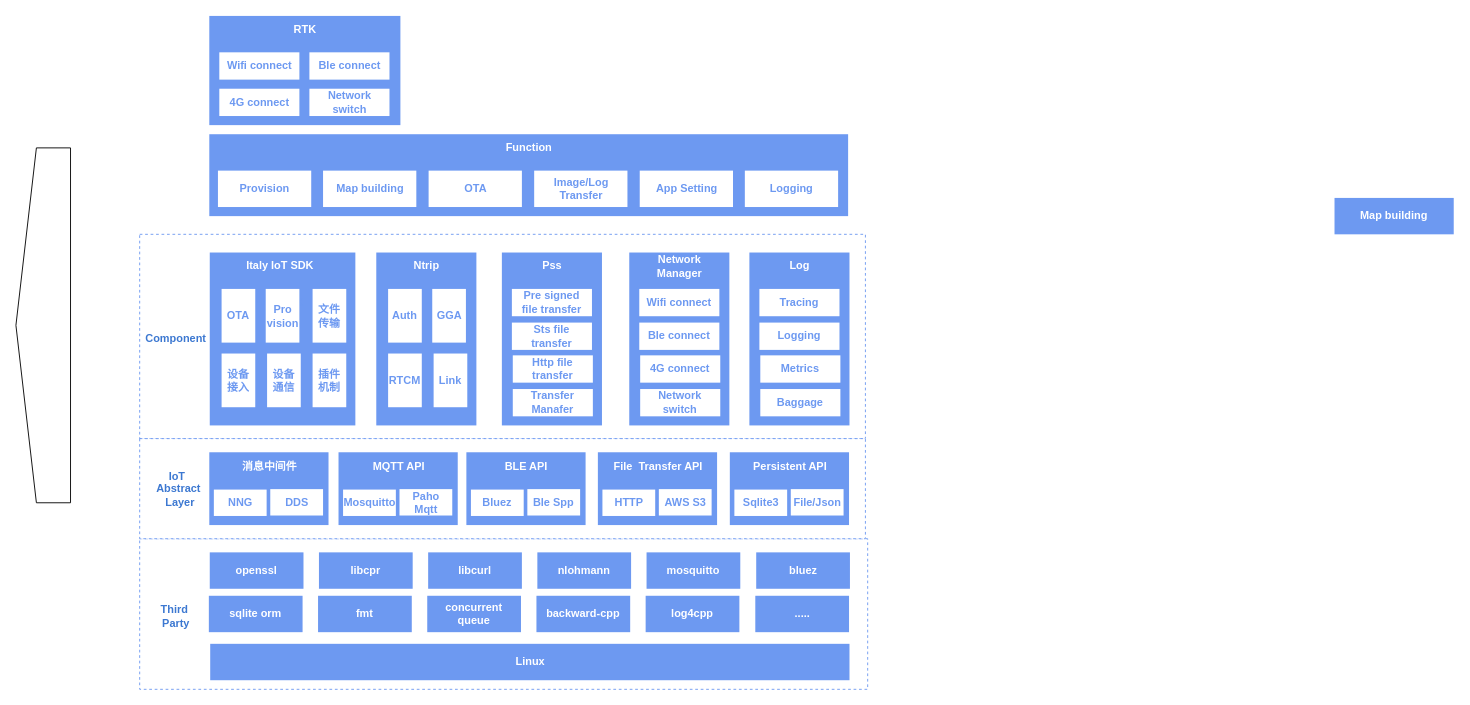
The draw.io diagram IoT架构-系统架构图.drawio in xunzhaoxusanduo/1-drawio, before the edit. Source tidied: cells renumbered, new cells numbered last; positions are measured from the earlier drawing's top-left corner, leaving out a move shared by most shapes. Both pictures are drawn from the tidied source at 91%, with x=0, y=0 at pixel (-135, 15).
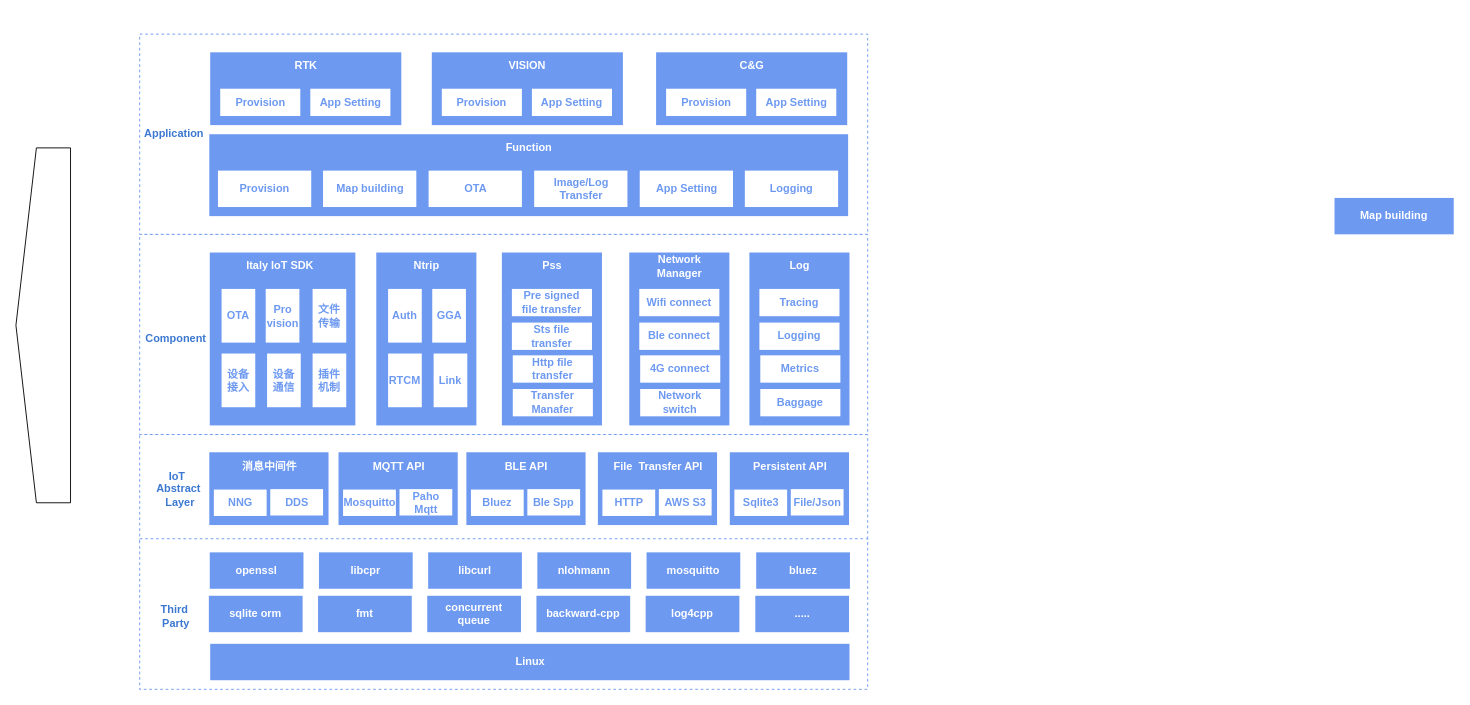
The same page after the edit.

Commit message (it also covers changes not shown here):
Update IoT架构-系统架构图.drawio

What changed in the source:
```diff
@@
-    <mxCell id="2" style="rounded=0;whiteSpace=wrap;html=1;dashed=1;strokeColor=#6D99F1;strokeWidth=1;" parent="1" vertex="1">
-      <mxGeometry x="301" y="240" width="797.5" height="224.5" as="geometry" />
-    </mxCell>
+    <mxCell id="94" style="rounded=0;whiteSpace=wrap;html=1;dashed=1;strokeColor=#6D99F1;" parent="1" vertex="1">
+      <mxGeometry x="301" y="460" width="800" height="120" as="geometry" />
+    </mxCell>
+    <mxCell id="95" style="rounded=0;whiteSpace=wrap;html=1;dashed=1;strokeColor=#6D99F1;" parent="1" vertex="1">
+      <mxGeometry x="301" y="240" width="800" height="220" as="geometry" />
+    </mxCell>
+    <mxCell id="96" style="rounded=0;whiteSpace=wrap;html=1;dashed=1;strokeColor=#6D99F1;" parent="1" vertex="1">
+      <mxGeometry x="301" y="20" width="800" height="220" as="geometry" />
+    </mxCell>
@@
-    <mxCell id="4" style="rounded=0;whiteSpace=wrap;html=1;dashed=1;strokeColor=#6D99F1;strokeWidth=1;" parent="1" vertex="1">
-      <mxGeometry x="301" y="464.5" width="797.5" height="110" as="geometry" />
-    </mxCell>
@@
     <mxCell id="76" style="rounded=0;whiteSpace=wrap;html=1;fillColor=#6D99F1;strokeColor=none;" parent="1" vertex="1">
-      <mxGeometry x="377.5" width="210" height="120" as="geometry" />
+      <mxGeometry x="378.5" y="40" width="210" height="80" as="geometry" />
     </mxCell>
-    <mxCell id="77" value="4G connect" style="rounded=0;whiteSpace=wrap;html=1;strokeColor=none;fontColor=#6D99F1;fontStyle=1;" parent="1" vertex="1">
-      <mxGeometry x="388.5" y="80" width="88" height="30" as="geometry" />
-    </mxCell>
     <mxCell id="78" value="RTK" style="text;html=1;strokeColor=none;fillColor=none;align=center;verticalAlign=middle;whiteSpace=wrap;rounded=0;fontColor=#FFFFFF;fontStyle=1;" parent="1" vertex="1">
-      <mxGeometry x="377.5" width="210" height="30" as="geometry" />
+      <mxGeometry x="378.5" y="40" width="210" height="30" as="geometry" />
     </mxCell>
-    <mxCell id="79" value="Ble connect" style="rounded=0;whiteSpace=wrap;html=1;strokeColor=none;fontColor=#6D99F1;fontStyle=1;" parent="1" vertex="1">
-      <mxGeometry x="487.5" y="40" width="88" height="30" as="geometry" />
+    <mxCell id="79" value="App Setting" style="rounded=0;whiteSpace=wrap;html=1;strokeColor=none;fontColor=#6D99F1;fontStyle=1;" parent="1" vertex="1">
+      <mxGeometry x="488.5" y="80" width="88" height="30" as="geometry" />
     </mxCell>
-    <mxCell id="80" value="Wifi connect" style="rounded=0;whiteSpace=wrap;html=1;strokeColor=none;fontColor=#6D99F1;fontStyle=1;" parent="1" vertex="1">
-      <mxGeometry x="388.5" y="40" width="88" height="30" as="geometry" />
+    <mxCell id="80" value="Provision" style="rounded=0;whiteSpace=wrap;html=1;strokeColor=none;fontColor=#6D99F1;fontStyle=1;" parent="1" vertex="1">
+      <mxGeometry x="389.5" y="80" width="88" height="30" as="geometry" />
     </mxCell>
-    <mxCell id="81" value="Network switch" style="rounded=0;whiteSpace=wrap;html=1;strokeColor=none;fontColor=#6D99F1;fontStyle=1;" parent="1" vertex="1">
-      <mxGeometry x="487.5" y="80" width="88" height="30" as="geometry" />
-    </mxCell>
@@
+    <mxCell id="97" style="rounded=0;whiteSpace=wrap;html=1;fillColor=#6D99F1;strokeColor=none;" parent="1" vertex="1">
+      <mxGeometry x="622" y="40" width="210" height="80" as="geometry" />
+    </mxCell>
+    <mxCell id="98" value="VISION" style="text;html=1;strokeColor=none;fillColor=none;align=center;verticalAlign=middle;whiteSpace=wrap;rounded=0;fontColor=#FFFFFF;fontStyle=1;" parent="1" vertex="1">
+      <mxGeometry x="622" y="40" width="210" height="30" as="geometry" />
+    </mxCell>
+    <mxCell id="99" value="App Setting" style="rounded=0;whiteSpace=wrap;html=1;strokeColor=none;fontColor=#6D99F1;fontStyle=1;" parent="1" vertex="1">
+      <mxGeometry x="732" y="80" width="88" height="30" as="geometry" />
+    </mxCell>
+    <mxCell id="100" value="Provision" style="rounded=0;whiteSpace=wrap;html=1;strokeColor=none;fontColor=#6D99F1;fontStyle=1;" parent="1" vertex="1">
+      <mxGeometry x="633" y="80" width="88" height="30" as="geometry" />
+    </mxCell>
+    <mxCell id="101" style="rounded=0;whiteSpace=wrap;html=1;fillColor=#6D99F1;strokeColor=none;" parent="1" vertex="1">
+      <mxGeometry x="868.5" y="40" width="210" height="80" as="geometry" />
+    </mxCell>
+    <mxCell id="102" value="C&amp;amp;G" style="text;html=1;strokeColor=none;fillColor=none;align=center;verticalAlign=middle;whiteSpace=wrap;rounded=0;fontColor=#FFFFFF;fontStyle=1;" parent="1" vertex="1">
+      <mxGeometry x="868.5" y="40" width="210" height="30" as="geometry" />
+    </mxCell>
+    <mxCell id="103" value="App Setting" style="rounded=0;whiteSpace=wrap;html=1;strokeColor=none;fontColor=#6D99F1;fontStyle=1;" parent="1" vertex="1">
+      <mxGeometry x="978.5" y="80" width="88" height="30" as="geometry" />
+    </mxCell>
+    <mxCell id="104" value="Provision" style="rounded=0;whiteSpace=wrap;html=1;strokeColor=none;fontColor=#6D99F1;fontStyle=1;" parent="1" vertex="1">
+      <mxGeometry x="879.5" y="80" width="88" height="30" as="geometry" />
+    </mxCell>
+    <mxCell id="105" value="Application" style="text;html=1;align=center;verticalAlign=middle;whiteSpace=wrap;rounded=0;fontStyle=1;fontColor=#3C78D1;" parent="1" vertex="1">
+      <mxGeometry x="299.2" y="20" width="80" height="220" as="geometry" />
+    </mxCell>
```
